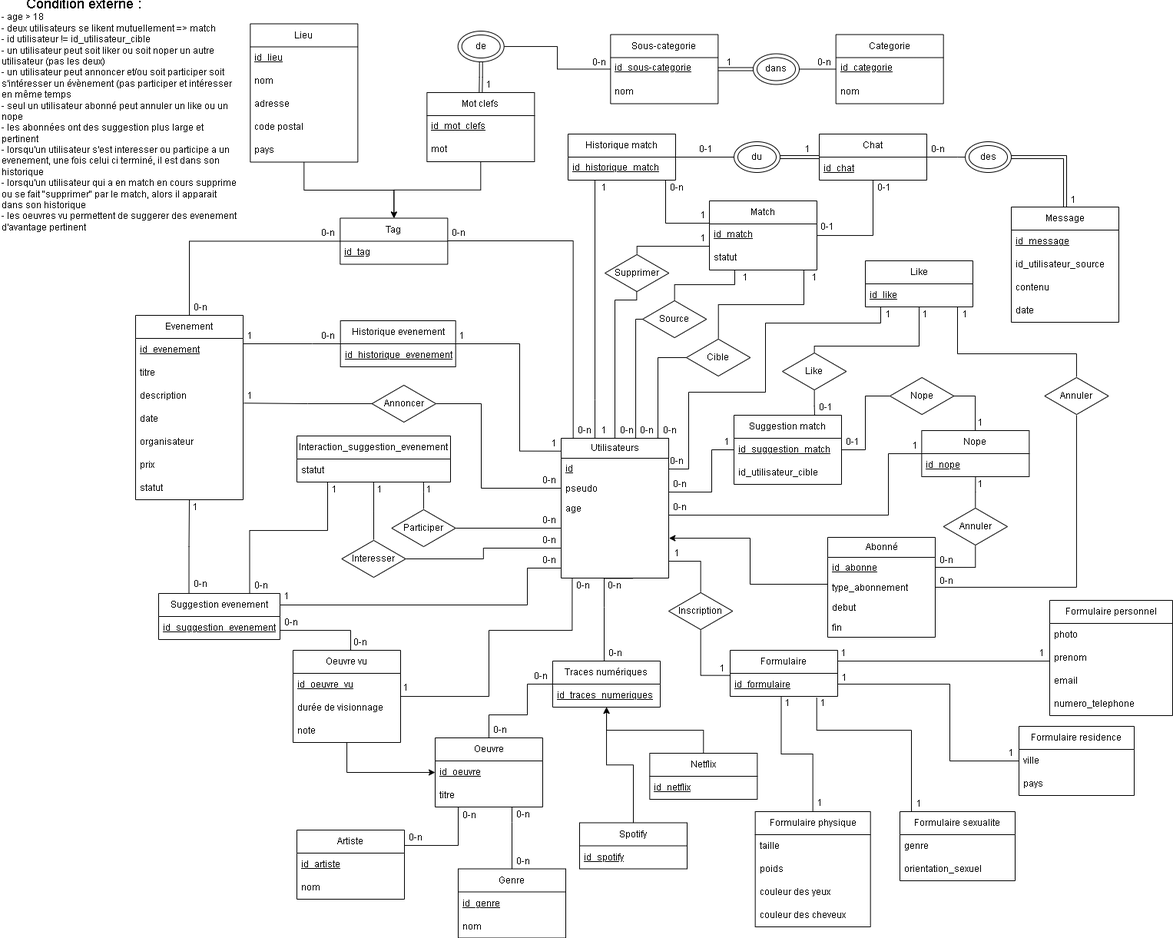
This is ER.png from SuyuKuka/Le-Big-Match-Big-Brother-Is-Matching-You, a draw.io export, as it was before one commit. Source tidied: cells renumbered, new cells last; positions are measured from the earlier drawing's top-left corner, leaving out a move shared by most shapes.
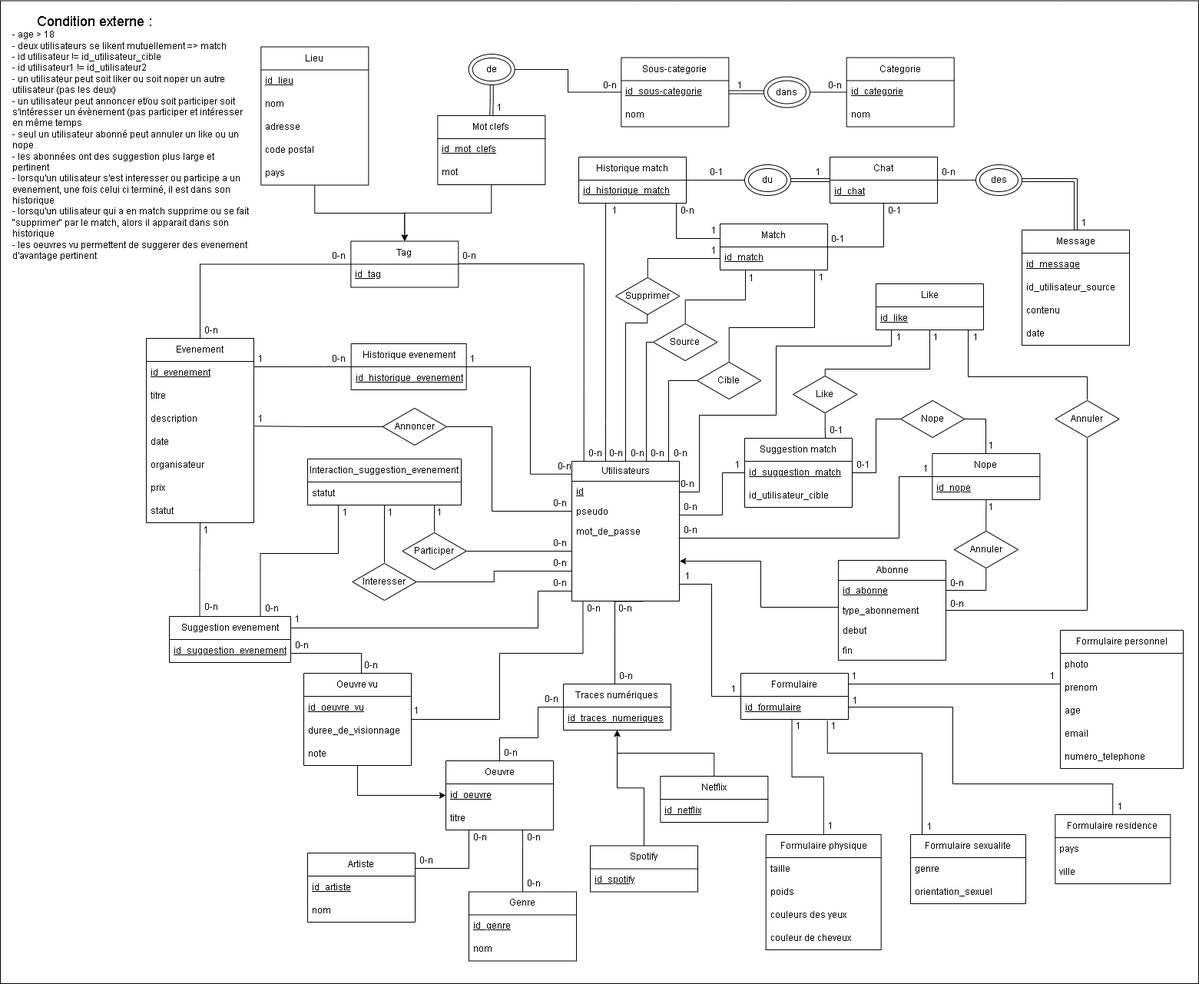
Above is the later version.

The edit, as a diff of the source:
```diff
@@ -4,2 +4,5 @@
     <mxCell id="1" parent="0" />
+    <mxCell id="256" style="rounded=0;whiteSpace=wrap;html=1;" parent="1" vertex="1">
+      <mxGeometry x="-14" y="-29.5" width="1560" height="1279.5" as="geometry" />
+    </mxCell>
     <mxCell id="2" style="edgeStyle=orthogonalEdgeStyle;rounded=0;jettySize=auto;html=1;entryX=0.25;entryY=1;entryDx=0;entryDy=0;endArrow=none;startFill=0;" parent="1" edge="1" source="5" target="116">
@@ -38,6 +41,6 @@
     </mxCell>
-    <mxCell id="8" value="age" style="text;strokeColor=none;fillColor=none;align=left;verticalAlign=top;spacingLeft=4;spacingRight=4;overflow=hidden;points=[[0,0.5],[1,0.5]];portConstraint=eastwest;whiteSpace=wrap;html=1;" parent="5" vertex="1">
+    <mxCell id="8" value="mot_de_passe" style="text;strokeColor=none;fillColor=none;align=left;verticalAlign=top;spacingLeft=4;spacingRight=4;overflow=hidden;points=[[0,0.5],[1,0.5]];portConstraint=eastwest;whiteSpace=wrap;html=1;" parent="5" vertex="1">
       <mxGeometry y="78" width="140" height="26" as="geometry" />
     </mxCell>
-    <mxCell id="9" value="&lt;div&gt;&lt;br&gt;&lt;/div&gt;" style="text;strokeColor=none;fillColor=none;align=left;verticalAlign=top;spacingLeft=4;spacingRight=4;overflow=hidden;points=[[0,0.5],[1,0.5]];portConstraint=eastwest;whiteSpace=wrap;html=1;" parent="5" vertex="1">
+    <mxCell id="9" value="&amp;nbsp;" style="text;strokeColor=none;fillColor=none;align=left;verticalAlign=top;spacingLeft=4;spacingRight=4;overflow=hidden;points=[[0,0.5],[1,0.5]];portConstraint=eastwest;whiteSpace=wrap;html=1;" parent="5" vertex="1">
       <mxGeometry y="104" width="140" height="26" as="geometry" />
@@ -53,3 +56,3 @@
     </mxCell>
-    <mxCell id="13" value="Abonné" style="swimlane;fontStyle=0;horizontal=1;startSize=26;fillColor=none;html=1;" parent="1" vertex="1">
+    <mxCell id="13" value="Abonne" style="swimlane;fontStyle=0;horizontal=1;startSize=26;fillColor=none;html=1;" parent="1" vertex="1">
       <mxGeometry x="1077" y="699" width="140" height="130" as="geometry" />
@@ -76,3 +79,3 @@
     <mxCell id="19" value="Formulaire personnel" style="swimlane;fontStyle=0;horizontal=1;startSize=30;whiteSpace=wrap;html=1;" parent="1" vertex="1">
-      <mxGeometry x="1366" y="781" width="160" height="150" as="geometry" />
+      <mxGeometry x="1366" y="790" width="160" height="180" as="geometry" />
     </mxCell>
@@ -84,7 +87,10 @@
     </mxCell>
+    <mxCell id="257" value="age" style="text;strokeColor=none;fillColor=none;align=left;verticalAlign=middle;spacingLeft=4;spacingRight=4;overflow=hidden;whiteSpace=wrap;html=1;" parent="19" vertex="1">
+      <mxGeometry y="90" width="160" height="30" as="geometry" />
+    </mxCell>
     <mxCell id="22" value="email" style="text;strokeColor=none;fillColor=none;align=left;verticalAlign=middle;spacingLeft=4;spacingRight=4;overflow=hidden;whiteSpace=wrap;html=1;" parent="19" vertex="1">
-      <mxGeometry y="90" width="160" height="30" as="geometry" />
+      <mxGeometry y="120" width="160" height="30" as="geometry" />
     </mxCell>
     <mxCell id="23" value="numero_telephone" style="text;strokeColor=none;fillColor=none;align=left;verticalAlign=middle;spacingLeft=4;spacingRight=4;overflow=hidden;whiteSpace=wrap;html=1;" parent="19" vertex="1">
-      <mxGeometry y="120" width="160" height="30" as="geometry" />
+      <mxGeometry y="150" width="160" height="30" as="geometry" />
     </mxCell>
@@ -93,4 +99,5 @@
         <Array as="points">
-          <mxPoint x="1236" y="990" />
-          <mxPoint x="1236" y="890" />
+          <mxPoint x="1434" y="990" />
+          <mxPoint x="1226" y="990" />
+          <mxPoint x="1226" y="890" />
           <mxPoint x="1090" y="890" />
@@ -100,10 +107,10 @@
     <mxCell id="25" value="Formulaire residence" style="swimlane;fontStyle=0;horizontal=1;startSize=30;whiteSpace=wrap;html=1;" parent="1" vertex="1">
-      <mxGeometry x="1326" y="945" width="150" height="90" as="geometry" />
+      <mxGeometry x="1359.3" y="1030" width="150" height="90" as="geometry" />
     </mxCell>
+    <mxCell id="27" value="pays" style="text;strokeColor=none;fillColor=none;align=left;verticalAlign=middle;spacingLeft=4;spacingRight=4;overflow=hidden;whiteSpace=wrap;html=1;" parent="25" vertex="1">
+      <mxGeometry y="30" width="150" height="30" as="geometry" />
+    </mxCell>
     <mxCell id="26" value="ville" style="text;strokeColor=none;fillColor=none;align=left;verticalAlign=middle;spacingLeft=4;spacingRight=4;overflow=hidden;whiteSpace=wrap;html=1;" parent="25" vertex="1">
-      <mxGeometry y="30" width="150" height="30" as="geometry" />
+      <mxGeometry y="60" width="150" height="30" as="geometry" />
     </mxCell>
-    <mxCell id="27" value="pays" style="text;strokeColor=none;fillColor=none;align=left;verticalAlign=middle;spacingLeft=4;spacingRight=4;overflow=hidden;whiteSpace=wrap;html=1;" parent="25" vertex="1">
-      <mxGeometry y="60" width="150" height="30" as="geometry" />
-    </mxCell>
     <mxCell id="28" style="edgeStyle=orthogonalEdgeStyle;rounded=0;jettySize=auto;html=1;entryX=0.805;entryY=1.052;entryDx=0;entryDy=0;endArrow=none;startFill=0;entryPerimeter=0;" parent="1" edge="1" source="29" target="82">
@@ -134,6 +141,6 @@
     </mxCell>
-    <mxCell id="35" value="couleur des yeux" style="text;strokeColor=none;fillColor=none;align=left;verticalAlign=middle;spacingLeft=4;spacingRight=4;overflow=hidden;whiteSpace=wrap;html=1;" parent="32" vertex="1">
+    <mxCell id="35" value="couleurs des yeux" style="text;strokeColor=none;fillColor=none;align=left;verticalAlign=middle;spacingLeft=4;spacingRight=4;overflow=hidden;whiteSpace=wrap;html=1;" parent="32" vertex="1">
       <mxGeometry y="90" width="150" height="30" as="geometry" />
     </mxCell>
-    <mxCell id="36" value="couleur des cheveux" style="text;strokeColor=none;fillColor=none;align=left;verticalAlign=middle;spacingLeft=4;spacingRight=4;overflow=hidden;whiteSpace=wrap;html=1;" parent="32" vertex="1">
+    <mxCell id="36" value="couleur de cheveux" style="text;strokeColor=none;fillColor=none;align=left;verticalAlign=middle;spacingLeft=4;spacingRight=4;overflow=hidden;whiteSpace=wrap;html=1;" parent="32" vertex="1">
       <mxGeometry y="120" width="150" height="30" as="geometry" />
@@ -295,3 +302,3 @@
     </mxCell>
-    <mxCell id="80" value="&lt;span style=&quot;color: light-dark(rgb(0, 0, 0), rgb(255, 255, 255)); background-color: transparent;&quot;&gt;&lt;span style=&quot;font-size: 14px; white-space: pre;&quot;&gt;&#9;&lt;/span&gt;&lt;font style=&quot;font-size: 18px;&quot;&gt;Condition externe :&amp;nbsp;&lt;/font&gt;&lt;br&gt;&lt;/span&gt;&lt;span style=&quot;&quot;&gt;- age &amp;gt; 18&lt;/span&gt;&lt;br style=&quot;&quot;&gt;&lt;span style=&quot;&quot;&gt;- deux utilisateurs se likent mutuellement =&amp;gt; match&lt;/span&gt;&lt;br style=&quot;&quot;&gt;&lt;span style=&quot;&quot;&gt;- id utilisateur != id_utilisateur_cible&lt;/span&gt;&lt;br style=&quot;&quot;&gt;&lt;span style=&quot;&quot;&gt;- un utilisateur peut soit liker ou soit noper un autre utilisateur (pas les deux)&lt;/span&gt;&lt;br style=&quot;&quot;&gt;&lt;span style=&quot;&quot;&gt;- un utilisateur peut annoncer et/ou soit participer soit s'intéresser un évènement (pas participer et intéresser en même temps&lt;/span&gt;&lt;div&gt;&lt;span style=&quot;&quot;&gt;- seul un utilisateur abonné peut annuler un like ou un nope&lt;/span&gt;&lt;/div&gt;&lt;div&gt;&lt;span style=&quot;&quot;&gt;- les abonnées ont des suggestion plus large et pertinent&lt;/span&gt;&lt;/div&gt;&lt;div&gt;&lt;span style=&quot;&quot;&gt;- lorsqu'un utilisateur s'est interesser ou participe a un evenement, une fois celui ci terminé, il est dans son historique&lt;/span&gt;&lt;/div&gt;&lt;div&gt;- lorsqu'un utilisateur qui a en match en cours supprime ou se fait &quot;supprimer&quot; par le match, alors il apparait dans son historique&amp;nbsp;&lt;/div&gt;&lt;div&gt;- les oeuvres vu permettent de suggerer des evenement d'avantage pertinent&lt;/div&gt;" style="text;html=1;align=left;verticalAlign=middle;whiteSpace=wrap;rounded=0;" parent="1" vertex="1">
+    <mxCell id="80" value="&lt;span style=&quot;color: light-dark(rgb(0, 0, 0), rgb(255, 255, 255)); background-color: transparent;&quot;&gt;&lt;span style=&quot;font-size: 14px; white-space: pre;&quot;&gt;&#9;&lt;/span&gt;&lt;font style=&quot;font-size: 18px;&quot;&gt;Condition externe :&amp;nbsp;&lt;/font&gt;&lt;br&gt;&lt;/span&gt;&lt;span style=&quot;&quot;&gt;- age &amp;gt; 18&lt;/span&gt;&lt;br style=&quot;&quot;&gt;&lt;span style=&quot;&quot;&gt;- deux utilisateurs se likent mutuellement =&amp;gt; match&lt;/span&gt;&lt;br style=&quot;&quot;&gt;&lt;span style=&quot;&quot;&gt;- id utilisateur != id_utilisateur_cible&lt;/span&gt;&lt;div&gt;- id utilisateur1 != id_utilisateur2&lt;br style=&quot;&quot;&gt;&lt;span style=&quot;&quot;&gt;- un utilisateur peut soit liker ou soit noper un autre utilisateur (pas les deux)&lt;/span&gt;&lt;br style=&quot;&quot;&gt;&lt;span style=&quot;&quot;&gt;- un utilisateur peut annoncer et/ou soit participer soit s'intéresser un évènement (pas participer et intéresser en même temps&lt;/span&gt;&lt;div&gt;&lt;span style=&quot;&quot;&gt;- seul un utilisateur abonné peut annuler un like ou un nope&lt;/span&gt;&lt;/div&gt;&lt;div&gt;&lt;span style=&quot;&quot;&gt;- les abonnées ont des suggestion plus large et pertinent&lt;/span&gt;&lt;/div&gt;&lt;div&gt;&lt;span style=&quot;&quot;&gt;- lorsqu'un utilisateur s'est interesser ou participe a un evenement, une fois celui ci terminé, il est dans son historique&lt;/span&gt;&lt;/div&gt;&lt;div&gt;- lorsqu'un utilisateur qui a en match supprime ou se fait &quot;supprimer&quot; par le match, alors il apparait dans son historique&amp;nbsp;&lt;/div&gt;&lt;div&gt;- les oeuvres vu permettent de suggerer des evenement d'avantage pertinent&lt;/div&gt;&lt;/div&gt;" style="text;html=1;align=left;verticalAlign=middle;whiteSpace=wrap;rounded=0;" parent="1" vertex="1">
       <mxGeometry width="310" height="296" as="geometry" />
@@ -304,6 +311,3 @@
     </mxCell>
-    <mxCell id="83" value="Inscription" style="html=1;whiteSpace=wrap;shape=isoRectangle;" parent="1" vertex="1">
-      <mxGeometry x="870" y="770" width="83.3" height="50" as="geometry" />
-    </mxCell>
-    <mxCell id="84" style="edgeStyle=orthogonalEdgeStyle;rounded=0;jettySize=auto;html=1;endArrow=none;startFill=0;" parent="1" edge="1" source="83">
+    <mxCell id="84" style="edgeStyle=orthogonalEdgeStyle;rounded=0;jettySize=auto;html=1;endArrow=none;startFill=0;" parent="1" edge="1" source="81">
       <mxGeometry relative="1" as="geometry">
@@ -311,2 +315,3 @@
         <Array as="points">
+          <mxPoint x="912" y="876" />
           <mxPoint x="912" y="730" />
@@ -338,3 +343,3 @@
     <mxCell id="88" value="Match" style="swimlane;fontStyle=0;horizontal=1;startSize=30;whiteSpace=wrap;html=1;" parent="1" vertex="1">
-      <mxGeometry x="923" y="261" width="140" height="90" as="geometry" />
+      <mxGeometry x="923" y="261" width="140" height="60" as="geometry" />
     </mxCell>
@@ -343,5 +348,2 @@
     </mxCell>
-    <mxCell id="90" value="statut" style="text;strokeColor=none;fillColor=none;align=left;verticalAlign=top;spacingLeft=4;spacingRight=4;overflow=hidden;whiteSpace=wrap;html=1;" parent="88" vertex="1">
-      <mxGeometry y="60" width="140" height="30" as="geometry" />
-    </mxCell>
     <mxCell id="91" style="edgeStyle=orthogonalEdgeStyle;rounded=0;jettySize=auto;html=1;endArrow=none;startFill=0;" parent="1" edge="1" source="92" target="172">
@@ -438,4 +440,3 @@
         <Array as="points">
-          <mxPoint x="829" y="320" />
-          <mxPoint x="923" y="320" />
+          <mxPoint x="829" y="306" />
         </Array>
@@ -446,3 +447,4 @@
         <Array as="points">
-          <mxPoint x="866" y="290" />
+          <mxPoint x="866" y="280" />
+          <mxPoint x="923" y="280" />
         </Array>
@@ -563,3 +565,3 @@
     </mxCell>
-    <mxCell id="144" value="durée de visionnage" style="text;strokeColor=none;fillColor=none;align=left;verticalAlign=middle;spacingLeft=4;spacingRight=4;overflow=hidden;whiteSpace=wrap;html=1;" parent="142" vertex="1">
+    <mxCell id="144" value="duree_de_visionnage" style="text;strokeColor=none;fillColor=none;align=left;verticalAlign=middle;spacingLeft=4;spacingRight=4;overflow=hidden;whiteSpace=wrap;html=1;" parent="142" vertex="1">
       <mxGeometry y="60" width="140" height="30" as="geometry" />
@@ -573,3 +575,3 @@
     <mxCell id="147" value="1" style="text;html=1;align=center;verticalAlign=middle;whiteSpace=wrap;rounded=0;" parent="1" vertex="1">
-      <mxGeometry x="900.3" y="270" width="30" height="20" as="geometry" />
+      <mxGeometry x="900.3" y="260" width="30" height="20" as="geometry" />
     </mxCell>
@@ -582,3 +584,3 @@
     <mxCell id="150" value="0-1" style="text;html=1;align=center;verticalAlign=middle;whiteSpace=wrap;rounded=0;" parent="1" vertex="1">
-      <mxGeometry x="1062" y="285" width="30" height="20" as="geometry" />
+      <mxGeometry x="1062" y="271" width="30" height="20" as="geometry" />
     </mxCell>
@@ -594,3 +596,3 @@
     <mxCell id="154" value="1" style="text;html=1;align=center;verticalAlign=middle;whiteSpace=wrap;rounded=0;" parent="1" vertex="1">
-      <mxGeometry x="1301" y="970" width="30" height="20" as="geometry" />
+      <mxGeometry x="1429" y="1010" width="30" height="20" as="geometry" />
     </mxCell>
@@ -611,5 +613,2 @@
     </mxCell>
-    <mxCell id="160" style="edgeStyle=orthogonalEdgeStyle;rounded=0;jettySize=auto;html=1;entryX=0.001;entryY=0.089;entryDx=0;entryDy=0;entryPerimeter=0;endArrow=none;startFill=0;" parent="1" edge="1" source="83" target="82">
-      <mxGeometry relative="1" as="geometry" />
-    </mxCell>
     <mxCell id="161" style="edgeStyle=orthogonalEdgeStyle;rounded=0;jettySize=auto;html=1;entryX=0.001;entryY=0.092;entryDx=0;entryDy=0;entryPerimeter=0;endArrow=none;startFill=0;" parent="1" edge="1" source="95" target="5">
@@ -631,4 +630,4 @@
     </mxCell>
-    <mxCell id="165" value="1" style="text;html=1;align=center;verticalAlign=middle;whiteSpace=wrap;rounded=0;" parent="1" vertex="1">
-      <mxGeometry x="771" y="550" width="30" height="20" as="geometry" />
+    <mxCell id="165" value="0-n" style="text;html=1;align=center;verticalAlign=middle;whiteSpace=wrap;rounded=0;" parent="1" vertex="1">
+      <mxGeometry x="773" y="550" width="30" height="20" as="geometry" />
     </mxCell>
@@ -638,3 +637,3 @@
     <mxCell id="167" value="1" style="text;html=1;align=center;verticalAlign=middle;whiteSpace=wrap;rounded=0;" parent="1" vertex="1">
-      <mxGeometry x="900" y="300" width="30" height="20" as="geometry" />
+      <mxGeometry x="900" y="286" width="30" height="20" as="geometry" />
     </mxCell>
@@ -725,3 +724,3 @@
     </mxCell>
-    <mxCell id="191" value="1" style="text;html=1;align=center;verticalAlign=middle;whiteSpace=wrap;rounded=0;" parent="1" vertex="1">
+    <mxCell id="191" value="0-n" style="text;html=1;align=center;verticalAlign=middle;whiteSpace=wrap;rounded=0;" parent="1" vertex="1">
       <mxGeometry x="706" y="567" width="30" height="20" as="geometry" />
@@ -762,3 +761,3 @@
     <mxCell id="203" value="1" style="text;html=1;align=center;verticalAlign=middle;whiteSpace=wrap;rounded=0;" parent="1" vertex="1">
-      <mxGeometry x="925" y="860" width="30" height="20" as="geometry" />
+      <mxGeometry x="926" y="857" width="30" height="20" as="geometry" />
     </mxCell>
@@ -911,4 +910,4 @@
         <Array as="points">
-          <mxPoint x="878" y="370" />
-          <mxPoint x="956" y="370" />
+          <mxPoint x="878" y="360" />
+          <mxPoint x="956" y="360" />
         </Array>
@@ -945,6 +944,6 @@
     <mxCell id="254" value="1" style="text;html=1;align=center;verticalAlign=middle;whiteSpace=wrap;rounded=0;" parent="1" vertex="1">
-      <mxGeometry x="1044.7" y="351" width="30" height="20" as="geometry" />
+      <mxGeometry x="1039.7" y="321" width="30" height="20" as="geometry" />
     </mxCell>
     <mxCell id="255" value="1" style="text;html=1;align=center;verticalAlign=middle;whiteSpace=wrap;rounded=0;" parent="1" vertex="1">
-      <mxGeometry x="955.3" y="351" width="30" height="20" as="geometry" />
+      <mxGeometry x="949" y="321.5" width="30" height="20" as="geometry" />
     </mxCell>
```
